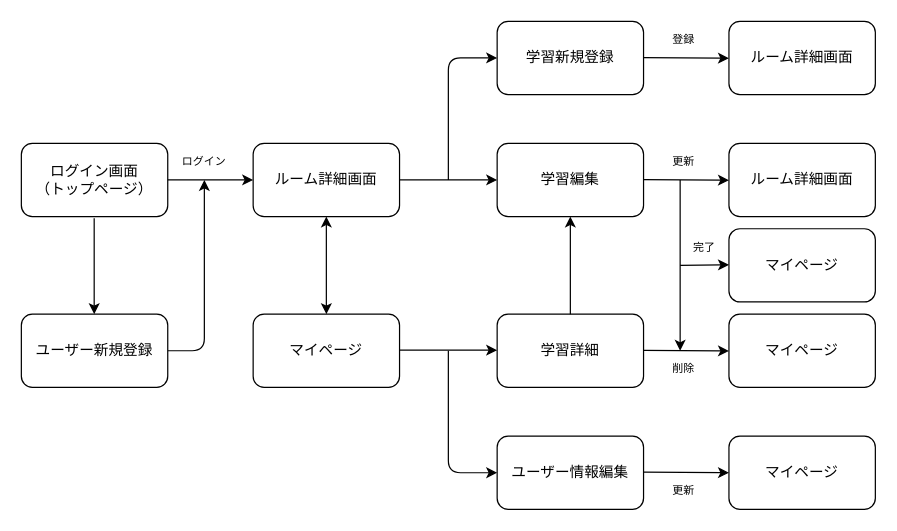
The draw.io diagram 画面遷移図.dio in Kota-A-179/study_room, before the edit. Source tidied: cells renumbered, new cells numbered last; positions are measured from the earlier drawing's top-left corner, leaving out a move shared by most shapes. Both pictures are drawn from the tidied source at 122%, with x=0, y=0 at pixel (21, 21).
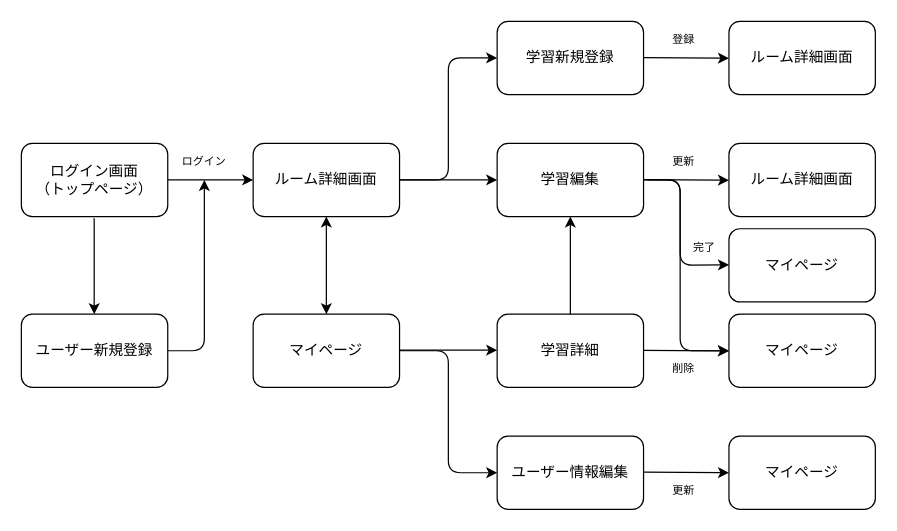
After the change.

Commit message (it also covers changes not shown here):
画面遷移図の矢印の修正

Unchanged cells that the change refers to:
```xml
<mxCell id="4" value="学習新規登録" style="rounded=1;whiteSpace=wrap;html=1;" parent="1" vertex="1">
  <mxGeometry x="390" width="120" height="60" as="geometry" />
</mxCell>
<mxCell id="5" value="学習編集" style="rounded=1;whiteSpace=wrap;html=1;" parent="1" vertex="1">
  <mxGeometry x="390" y="100" width="120" height="60" as="geometry" />
</mxCell>
<mxCell id="6" value="マイページ" style="rounded=1;whiteSpace=wrap;html=1;" parent="1" vertex="1">
  <mxGeometry x="190" y="240" width="120" height="60" as="geometry" />
</mxCell>
<mxCell id="13" value="ユーザー情報編集" style="rounded=1;whiteSpace=wrap;html=1;" parent="1" vertex="1">
  <mxGeometry x="390" y="340" width="120" height="60" as="geometry" />
</mxCell>
<mxCell id="16" value="マイページ" style="rounded=1;whiteSpace=wrap;html=1;" parent="1" vertex="1">
  <mxGeometry x="580" y="240" width="120" height="60" as="geometry" />
</mxCell>
<mxCell id="30" value="更新" style="text;html=1;strokeColor=none;fillColor=none;align=center;verticalAlign=middle;whiteSpace=wrap;rounded=0;fontSize=9;" parent="1" vertex="1">
  <mxGeometry x="513" y="100" width="60" height="30" as="geometry" />
</mxCell>
```

What changed in the source:
```diff
@@
     <mxCell id="19" style="endArrow=classic;html=1;entryX=0;entryY=0.5;entryDx=0;entryDy=0;" parent="1" edge="1" target="4">
       <mxGeometry relative="1" as="geometry">
-        <mxPoint x="350" y="130" as="sourcePoint" />
+        <mxPoint x="310" y="130" as="sourcePoint" />
         <Array as="points">
+          <mxPoint x="350" y="130" />
           <mxPoint x="350" y="30" />
         </Array>
       </mxGeometry>
     </mxCell>
@@
-    <mxCell id="21" style="endArrow=classic;html=1;entryX=0;entryY=0.5;entryDx=0;entryDy=0;" parent="1" edge="1" target="13">
+    <mxCell id="21" style="endArrow=classic;html=1;entryX=0;entryY=0.5;entryDx=0;entryDy=0;exitX=1;exitY=0.5;exitDx=0;exitDy=0;" parent="1" edge="1" source="6" target="13">
       <mxGeometry relative="1" as="geometry">
-        <mxPoint x="350" y="270" as="sourcePoint" />
         <Array as="points">
+          <mxPoint x="350" y="270" />
           <mxPoint x="350" y="370" />
         </Array>
       </mxGeometry>
     </mxCell>
@@
-    <mxCell id="27" style="endArrow=classic;html=1;" parent="1" edge="1">
+    <mxCell id="27" style="endArrow=classic;html=1;exitX=0;exitY=1;exitDx=0;exitDy=0;entryX=0;entryY=0.5;entryDx=0;entryDy=0;" parent="1" edge="1" source="30" target="16">
       <mxGeometry relative="1" as="geometry">
-        <mxPoint x="540" y="130" as="sourcePoint" />
-        <mxPoint x="540" y="270" as="targetPoint" />
+        <Array as="points">
+          <mxPoint x="540" y="130" />
+          <mxPoint x="540" y="270" />
+        </Array>
       </mxGeometry>
     </mxCell>
@@
-    <mxCell id="35" style="endArrow=classic;html=1;entryX=0;entryY=0.5;entryDx=0;entryDy=0;" parent="1" edge="1">
+    <mxCell id="35" style="endArrow=classic;html=1;entryX=0;entryY=0.5;entryDx=0;entryDy=0;exitX=1;exitY=0.5;exitDx=0;exitDy=0;" parent="1" edge="1" source="5">
       <mxGeometry relative="1" as="geometry">
-        <mxPoint x="540" y="200" as="sourcePoint" />
         <mxPoint x="580" y="199.6" as="targetPoint" />
+        <Array as="points">
+          <mxPoint x="540" y="130" />
+          <mxPoint x="540" y="200" />
+        </Array>
       </mxGeometry>
     </mxCell>
```
